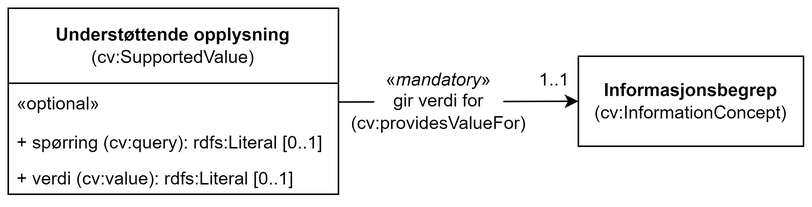
Informasjonsforvaltning/cccev-ap-no keeps this draw.io diagram as docs/images/KlassenUnderstøttendeOpplysning.png. Above is the earlier version. Source tidied: cells renumbered, new cells last; positions are measured from the earlier drawing's top-left corner, leaving out a move shared by most shapes. Source of this version:
```xml
<mxGraphModel>
  <root>
    <mxCell id="0" />
    <mxCell id="1" parent="0" />
    <mxCell id="2" value="&lt;b&gt;Informasjonsbegrep&lt;/b&gt;&lt;br&gt;(cv:InformationConcept)" style="rounded=0;whiteSpace=wrap;html=1;fillColor=none;strokeColor=#000000;verticalAlign=middle;" parent="1" vertex="1">
      <mxGeometry x="379.8" y="32" width="150" height="60" as="geometry" />
    </mxCell>
    <mxCell id="3" style="endArrow=classic;html=1;rounded=1;exitX=1.001;exitY=0.421;exitDx=0;exitDy=0;entryX=0;entryY=0.5;entryDx=0;entryDy=0;exitPerimeter=0;" parent="1" edge="1" target="2">
      <mxGeometry relative="1" as="geometry">
        <mxPoint x="220" y="62.5" as="sourcePoint" />
      </mxGeometry>
    </mxCell>
    <mxCell id="4" value="1..1" style="text;html=1;strokeColor=none;fillColor=none;align=center;verticalAlign=middle;whiteSpace=wrap;rounded=0;labelBackgroundColor=#FFFFFF;" parent="1" vertex="1">
      <mxGeometry x="343.8" y="38" width="40" height="20" as="geometry" />
    </mxCell>
    <mxCell id="5" value="&lt;span style=&quot;background-color: rgb(255, 255, 255);&quot;&gt;«&lt;i style=&quot;&quot;&gt;mandatory&lt;/i&gt;»&lt;br&gt;&lt;/span&gt;&lt;div style=&quot;&quot;&gt;&lt;span style=&quot;background-color: rgb(255, 255, 255);&quot;&gt;&amp;nbsp;gir verdi for&amp;nbsp; (cv:providesValueFor)&lt;/span&gt;&lt;/div&gt;" style="text;html=1;strokeColor=none;fillColor=default;align=center;verticalAlign=middle;whiteSpace=wrap;rounded=0;" parent="1" vertex="1">
      <mxGeometry x="243.8" y="37" width="86" height="50" as="geometry" />
    </mxCell>
    <mxCell id="6" value="&lt;b style=&quot;border-color: var(--border-color);&quot;&gt;Understøttende opplysning&lt;/b&gt;&lt;br style=&quot;border-color: var(--border-color);&quot;&gt;(cv:SupportedValue)" style="swimlane;fontStyle=0;horizontal=1;startSize=50;fillColor=none;whiteSpace=wrap;html=1;" parent="1" vertex="1">
      <mxGeometry width="220" height="124" as="geometry" />
    </mxCell>
    <mxCell id="7" value="«optional»" style="text;strokeColor=none;fillColor=none;align=left;verticalAlign=top;spacingLeft=4;spacingRight=4;overflow=hidden;whiteSpace=wrap;html=1;" parent="6" vertex="1">
      <mxGeometry y="50" width="220" height="26" as="geometry" />
    </mxCell>
    <mxCell id="8" value="+ spørring (cv:query): rdfs:Literal [0..1]" style="text;strokeColor=none;fillColor=none;align=left;verticalAlign=top;spacingLeft=4;spacingRight=4;overflow=hidden;whiteSpace=wrap;html=1;" parent="6" vertex="1">
      <mxGeometry y="76" width="220" height="24" as="geometry" />
    </mxCell>
    <mxCell id="9" value="+ verdi (cv:value): rdfs:Literal [0..1]" style="text;strokeColor=none;fillColor=none;align=left;verticalAlign=top;spacingLeft=4;spacingRight=4;overflow=hidden;whiteSpace=wrap;html=1;" parent="6" vertex="1">
      <mxGeometry y="100" width="220" height="24" as="geometry" />
    </mxCell>
  </root>
</mxGraphModel>
```
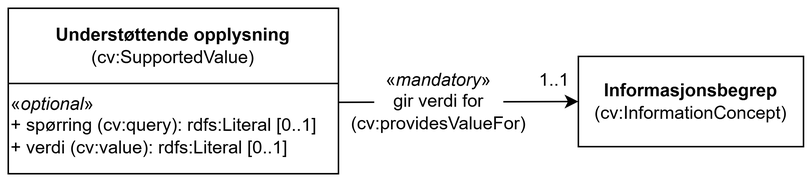
After the commit.

The edit, as a diff of the source:
```diff
@@ -17,16 +17,10 @@
       <mxGeometry x="243.8" y="37" width="86" height="50" as="geometry" />
     </mxCell>
     <mxCell id="6" value="&lt;b style=&quot;border-color: var(--border-color);&quot;&gt;Understøttende opplysning&lt;/b&gt;&lt;br style=&quot;border-color: var(--border-color);&quot;&gt;(cv:SupportedValue)" style="swimlane;fontStyle=0;horizontal=1;startSize=50;fillColor=none;whiteSpace=wrap;html=1;" parent="1" vertex="1">
-      <mxGeometry width="220" height="124" as="geometry" />
+      <mxGeometry width="220" height="110" as="geometry" />
     </mxCell>
-    <mxCell id="7" value="«optional»" style="text;strokeColor=none;fillColor=none;align=left;verticalAlign=top;spacingLeft=4;spacingRight=4;overflow=hidden;whiteSpace=wrap;html=1;" parent="6" vertex="1">
-      <mxGeometry y="50" width="220" height="26" as="geometry" />
-    </mxCell>
-    <mxCell id="8" value="+ spørring (cv:query): rdfs:Literal [0..1]" style="text;strokeColor=none;fillColor=none;align=left;verticalAlign=top;spacingLeft=4;spacingRight=4;overflow=hidden;whiteSpace=wrap;html=1;" parent="6" vertex="1">
-      <mxGeometry y="76" width="220" height="24" as="geometry" />
-    </mxCell>
-    <mxCell id="9" value="+ verdi (cv:value): rdfs:Literal [0..1]" style="text;strokeColor=none;fillColor=none;align=left;verticalAlign=top;spacingLeft=4;spacingRight=4;overflow=hidden;whiteSpace=wrap;html=1;" parent="6" vertex="1">
-      <mxGeometry y="100" width="220" height="24" as="geometry" />
-    </mxCell>
+    <mxCell id="10" value="«&lt;i&gt;optional&lt;/i&gt;»&lt;div&gt;+ spørring (cv:query): rdfs:Literal [0..1]&lt;/div&gt;&lt;div&gt;+ verdi (cv:value): rdfs:Literal [0..1]&lt;/div&gt;" style="text;html=1;whiteSpace=wrap;strokeColor=none;fillColor=none;align=left;verticalAlign=top;rounded=0;" parent="6" vertex="1">
+      <mxGeometry y="50" width="220" height="60" as="geometry" />
+    </mxCell>
   </root>
 </mxGraphModel>
```
